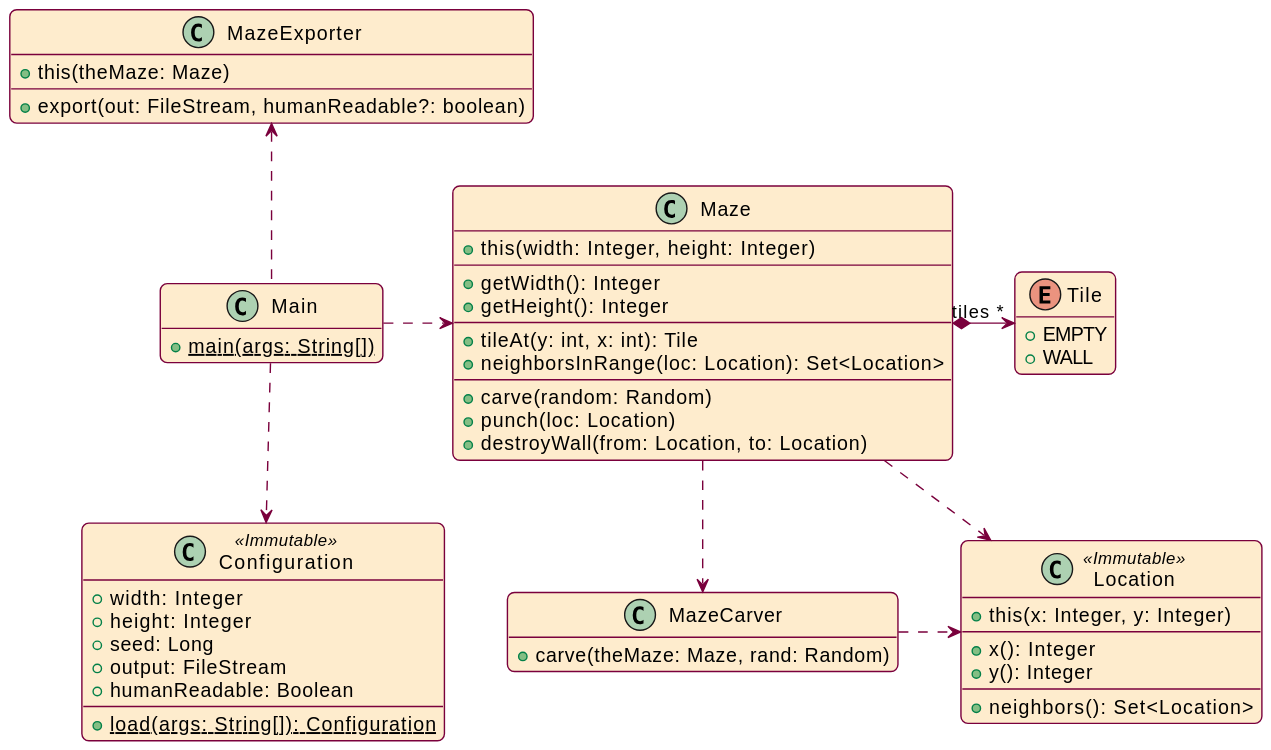
Earlier version of the PlantUML export src/main/puml/structure.svg (eric-solak/maze-gen). Source of this version:
```plantuml
@startuml
!include ./puml.style

class Main {
    + {static} main(args: String[])
}

class Configuration <<Immutable>> {
    + width: Integer
    + height: Integer
    + seed: Long
    + output: FileStream
    + humanReadable: Boolean
    --
    + {static} load(args: String[]): Configuration
}

class Location <<Immutable>> {
    + this(x: Integer, y: Integer)
    --
    + x(): Integer
    + y(): Integer
    --
    + neighbors(): Set<Location>
}


class Maze {
    + this(width: Integer, height: Integer)
    --
    + getWidth(): Integer
    + getHeight(): Integer
    --
    + tileAt(y: int, x: int): Tile
    + neighborsInRange(loc: Location): Set<Location>
    --
    + carve(random: Random)
    + punch(loc: Location)
    + destroyWall(from: Location, to: Location)
}

enum Tile {
    + EMPTY
    + WALL
}


Maze *-> "tiles *" Tile

class MazeExporter {
    + this(theMaze: Maze)
    --
    + export(out: FileStream, humanReadable?: boolean)
}

class MazeCarver {
    + carve(theMaze: Maze, rand: Random)
}


Main ..> Configuration
MazeExporter <.. Main
Main .> Maze
Maze ..> MazeCarver
Maze .> Location
MazeCarver .> Location
@enduml
```
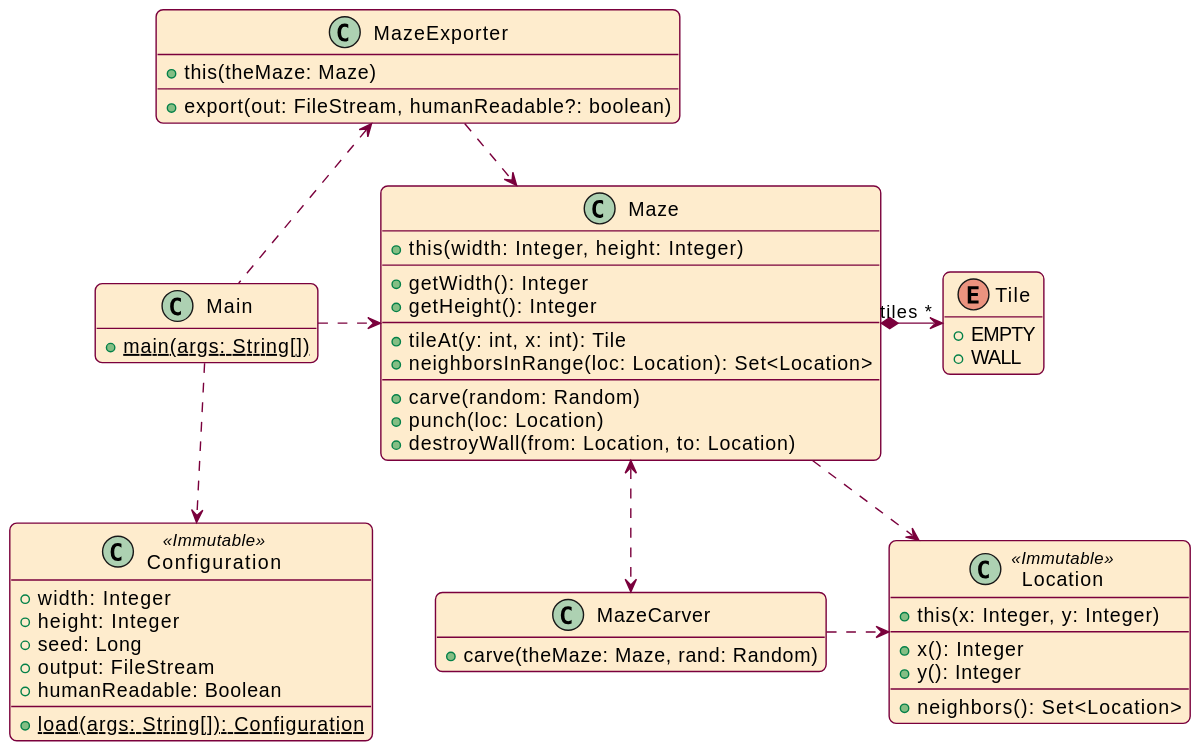
The same diagram one commit later.

Commit message:
fix typo in class diagram

The edit, as a diff of the source:
```diff
@@ -60,8 +60,9 @@
 
 Main ..> Configuration
 MazeExporter <.. Main
+MazeExporter ..> Maze
 Main .> Maze
-Maze ..> MazeCarver
+Maze <..> MazeCarver
 Maze .> Location
 MazeCarver .> Location
 @enduml
```
